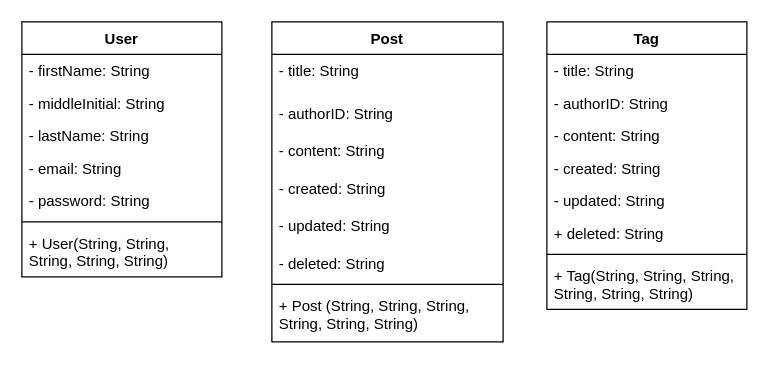
The draw.io diagram page "Model Diagrams" (1 of 2) of Milestone4/UML_Diagrams.drawio in DanielCender/CST-235-CLC, before the edit. Source tidied: cells renumbered, new cells numbered last; positions are measured from the earlier drawing's top-left corner, leaving out a move shared by most shapes. Both pictures are drawn from the tidied source at 125%, with x=0, y=0 at pixel (21, 21).
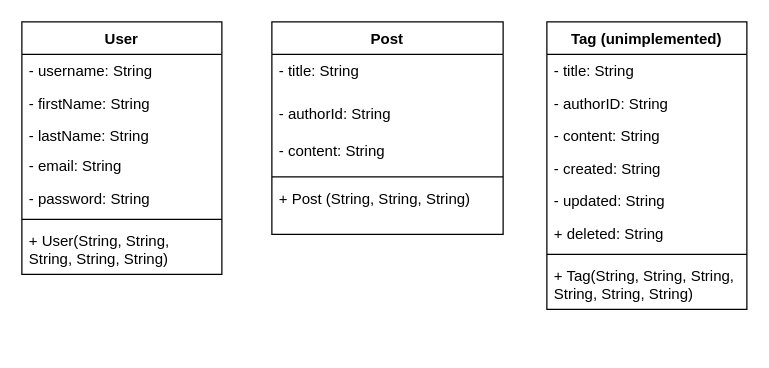
The same diagram, later.

Diff of the diagram source:
```diff
@@
     <mxCell id="2" value="User" style="swimlane;fontStyle=1;align=center;verticalAlign=top;horizontal=1;startSize=26;" parent="1" vertex="1">
-      <mxGeometry width="160" height="204" as="geometry" />
+      <mxGeometry width="160" height="202" as="geometry" />
     </mxCell>
-    <mxCell id="3" value="- firstName: String" style="text;align=left;verticalAlign=top;spacingLeft=4;spacingRight=4;overflow=hidden;" parent="2" vertex="1">
+    <mxCell id="3" value="- username: String" style="text;align=left;verticalAlign=top;spacingLeft=4;spacingRight=4;overflow=hidden;" parent="2" vertex="1">
       <mxGeometry y="26" width="160" height="26" as="geometry" />
     </mxCell>
-    <mxCell id="4" value="- middleInitial: String" style="text;strokeColor=none;fillColor=none;align=left;verticalAlign=top;spacingLeft=4;spacingRight=4;overflow=hidden;" parent="2" vertex="1">
+    <mxCell id="4" value="- firstName: String" style="text;strokeColor=none;fillColor=none;align=left;verticalAlign=top;spacingLeft=4;spacingRight=4;overflow=hidden;" parent="2" vertex="1">
       <mxGeometry y="52" width="160" height="26" as="geometry" />
     </mxCell>
     <mxCell id="5" value="- lastName: String" style="text;strokeColor=none;fillColor=none;align=left;verticalAlign=top;spacingLeft=4;spacingRight=4;overflow=hidden;" parent="2" vertex="1">
-      <mxGeometry y="78" width="160" height="26" as="geometry" />
+      <mxGeometry y="78" width="160" height="24" as="geometry" />
     </mxCell>
     <mxCell id="6" value="- email: String" style="text;align=left;verticalAlign=top;spacingLeft=4;spacingRight=4;overflow=hidden;rounded=0;shadow=0;html=0;" parent="2" vertex="1">
-      <mxGeometry y="104" width="160" height="26" as="geometry" />
+      <mxGeometry y="102" width="160" height="26" as="geometry" />
     </mxCell>
     <mxCell id="7" value="- password: String" style="text;align=left;verticalAlign=top;spacingLeft=4;spacingRight=4;overflow=hidden;rounded=0;shadow=0;html=0;" parent="2" vertex="1">
-      <mxGeometry y="130" width="160" height="26" as="geometry" />
+      <mxGeometry y="128" width="160" height="26" as="geometry" />
     </mxCell>
     <mxCell id="8" style="line;strokeWidth=1;fillColor=none;align=left;verticalAlign=middle;spacingTop=-1;spacingLeft=3;spacingRight=3;labelPosition=right;" parent="2" vertex="1">
-      <mxGeometry y="156" width="160" height="8" as="geometry" />
+      <mxGeometry y="154" width="160" height="8" as="geometry" />
     </mxCell>
     <mxCell id="9" value="+ User(String, String, String, String, String)" style="text;align=left;verticalAlign=top;spacingLeft=4;spacingRight=4;overflow=hidden;whiteSpace=wrap;" parent="2" vertex="1">
-      <mxGeometry y="164" width="160" height="40" as="geometry" />
+      <mxGeometry y="162" width="160" height="40" as="geometry" />
     </mxCell>
     <mxCell id="10" value="Post" style="swimlane;fontStyle=1;align=center;verticalAlign=top;horizontal=1;startSize=26;" parent="1" vertex="1">
-      <mxGeometry x="200" width="185" height="256" as="geometry" />
+      <mxGeometry x="200" width="185" height="170" as="geometry" />
     </mxCell>
@@
-    <mxCell id="12" value="- authorID: String" style="text;strokeColor=none;fillColor=none;align=left;verticalAlign=top;spacingLeft=4;spacingRight=4;overflow=hidden;" parent="10" vertex="1">
+    <mxCell id="12" value="- authorId: String" style="text;strokeColor=none;fillColor=none;align=left;verticalAlign=top;spacingLeft=4;spacingRight=4;overflow=hidden;" parent="10" vertex="1">
       <mxGeometry y="60" width="185" height="30" as="geometry" />
     </mxCell>
@@
-    <mxCell id="14" value="- created: String" style="text;strokeColor=none;fillColor=none;align=left;verticalAlign=top;spacingLeft=4;spacingRight=4;overflow=hidden;" parent="10" vertex="1">
-      <mxGeometry y="120" width="185" height="30" as="geometry" />
-    </mxCell>
-    <mxCell id="15" value="- updated: String" style="text;strokeColor=none;fillColor=none;align=left;verticalAlign=top;spacingLeft=4;spacingRight=4;overflow=hidden;" parent="10" vertex="1">
-      <mxGeometry y="150" width="185" height="30" as="geometry" />
-    </mxCell>
-    <mxCell id="16" value="- deleted: String" style="text;strokeColor=none;fillColor=none;align=left;verticalAlign=top;spacingLeft=4;spacingRight=4;overflow=hidden;" parent="10" vertex="1">
-      <mxGeometry y="180" width="185" height="26" as="geometry" />
-    </mxCell>
     <mxCell id="17" style="line;strokeWidth=1;fillColor=none;align=left;verticalAlign=middle;spacingTop=-1;spacingLeft=3;spacingRight=3;labelPosition=right;" parent="10" vertex="1">
-      <mxGeometry y="206" width="185" height="8" as="geometry" />
+      <mxGeometry y="120" width="185" height="8" as="geometry" />
     </mxCell>
-    <mxCell id="18" value="+ Post (String, String, String, String, String, String)" style="text;strokeColor=none;fillColor=none;align=left;verticalAlign=top;spacingLeft=4;spacingRight=4;overflow=hidden;whiteSpace=wrap;" parent="10" vertex="1">
-      <mxGeometry y="214" width="185" height="42" as="geometry" />
+    <mxCell id="18" value="+ Post (String, String, String)" style="text;strokeColor=none;fillColor=none;align=left;verticalAlign=top;spacingLeft=4;spacingRight=4;overflow=hidden;whiteSpace=wrap;" parent="10" vertex="1">
+      <mxGeometry y="128" width="185" height="42" as="geometry" />
     </mxCell>
-    <mxCell id="19" value="Tag" style="swimlane;fontStyle=1;align=center;verticalAlign=top;horizontal=1;startSize=26;" parent="1" vertex="1">
+    <mxCell id="19" value="Tag (unimplemented)" style="swimlane;fontStyle=1;align=center;verticalAlign=top;horizontal=1;startSize=26;" parent="1" vertex="1">
       <mxGeometry x="420" width="160" height="230" as="geometry" />
     </mxCell>
```
